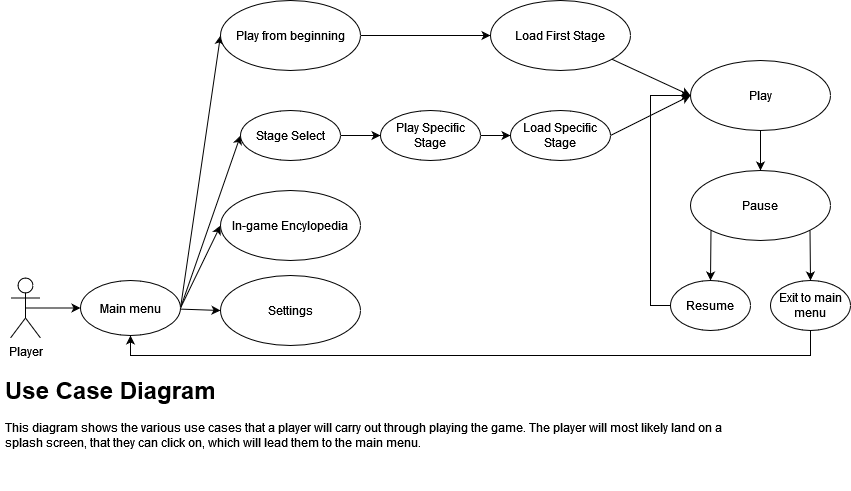
This is Design/Use_case_diagram.png from swift456/mars-lander, a draw.io export, as it was before one commit. Source tidied: cells renumbered, new cells last; positions are measured from the earlier drawing's top-left corner, leaving out a move shared by most shapes. The source it was exported from:
```xml
<mxGraphModel>
  <root>
    <mxCell id="0" />
    <mxCell id="1" parent="0" />
    <mxCell id="2" style="rounded=0;jettySize=auto;html=1;exitX=1;exitY=0.5;exitDx=0;exitDy=0;entryX=0;entryY=0.5;entryDx=0;entryDy=0;" parent="1" edge="1" source="28" target="7">
      <mxGeometry relative="1" as="geometry" />
    </mxCell>
    <mxCell id="3" style="edgeStyle=none;rounded=0;jettySize=auto;html=1;exitX=1;exitY=0.5;exitDx=0;exitDy=0;entryX=0;entryY=0.5;entryDx=0;entryDy=0;" parent="1" edge="1" source="28" target="12">
      <mxGeometry relative="1" as="geometry" />
    </mxCell>
    <mxCell id="4" style="edgeStyle=none;rounded=0;jettySize=auto;html=1;entryX=0;entryY=0.5;entryDx=0;entryDy=0;startArrow=none;" parent="1" edge="1" source="28" target="17">
      <mxGeometry relative="1" as="geometry" />
    </mxCell>
    <mxCell id="5" style="edgeStyle=none;rounded=0;jettySize=auto;html=1;exitX=1;exitY=0.5;exitDx=0;exitDy=0;entryX=0;entryY=0.5;entryDx=0;entryDy=0;" parent="1" edge="1" source="28" target="18">
      <mxGeometry relative="1" as="geometry" />
    </mxCell>
    <mxCell id="6" style="edgeStyle=orthogonalEdgeStyle;rounded=0;jettySize=auto;html=1;" parent="1" edge="1" source="7" target="19">
      <mxGeometry relative="1" as="geometry" />
    </mxCell>
    <mxCell id="7" value="Stage Select" style="ellipse;whiteSpace=wrap;html=1;" parent="1" vertex="1">
      <mxGeometry x="240" y="110" width="100" height="50" as="geometry" />
    </mxCell>
    <mxCell id="8" style="edgeStyle=orthogonalEdgeStyle;rounded=0;jettySize=auto;html=1;" parent="1" edge="1" source="19" target="10">
      <mxGeometry relative="1" as="geometry" />
    </mxCell>
    <mxCell id="9" style="edgeStyle=none;rounded=0;jettySize=auto;html=1;exitX=1;exitY=0.5;exitDx=0;exitDy=0;entryX=0;entryY=0.5;entryDx=0;entryDy=0;" parent="1" edge="1" source="10" target="16">
      <mxGeometry relative="1" as="geometry" />
    </mxCell>
    <mxCell id="10" value="Load Specific Stage" style="ellipse;whiteSpace=wrap;html=1;" parent="1" vertex="1">
      <mxGeometry x="510" y="110" width="100" height="50" as="geometry" />
    </mxCell>
    <mxCell id="11" style="edgeStyle=none;rounded=0;jettySize=auto;html=1;exitX=1;exitY=0.5;exitDx=0;exitDy=0;entryX=0;entryY=0.5;entryDx=0;entryDy=0;" parent="1" edge="1" source="12" target="14">
      <mxGeometry relative="1" as="geometry" />
    </mxCell>
    <mxCell id="12" value="Play from beginning" style="ellipse;whiteSpace=wrap;html=1;" parent="1" vertex="1">
      <mxGeometry x="220" width="140" height="70" as="geometry" />
    </mxCell>
    <mxCell id="13" style="edgeStyle=none;rounded=0;jettySize=auto;html=1;entryX=0;entryY=0.5;entryDx=0;entryDy=0;" parent="1" edge="1" source="14" target="16">
      <mxGeometry relative="1" as="geometry" />
    </mxCell>
    <mxCell id="14" value="Load First Stage" style="ellipse;whiteSpace=wrap;html=1;" parent="1" vertex="1">
      <mxGeometry x="490" width="140" height="70" as="geometry" />
    </mxCell>
    <mxCell id="15" style="edgeStyle=none;rounded=0;jettySize=auto;html=1;" parent="1" edge="1" source="16" target="22">
      <mxGeometry relative="1" as="geometry" />
    </mxCell>
    <mxCell id="16" value="Play" style="ellipse;whiteSpace=wrap;html=1;" parent="1" vertex="1">
      <mxGeometry x="690" y="60" width="140" height="70" as="geometry" />
    </mxCell>
    <mxCell id="17" value="Settings" style="ellipse;whiteSpace=wrap;html=1;" parent="1" vertex="1">
      <mxGeometry x="220" y="275" width="140" height="70" as="geometry" />
    </mxCell>
    <mxCell id="18" value="In-game Encylopedia" style="ellipse;whiteSpace=wrap;html=1;" parent="1" vertex="1">
      <mxGeometry x="220" y="190" width="140" height="70" as="geometry" />
    </mxCell>
    <mxCell id="19" value="Play Specific Stage" style="ellipse;whiteSpace=wrap;html=1;" parent="1" vertex="1">
      <mxGeometry x="380" y="110" width="100" height="50" as="geometry" />
    </mxCell>
    <mxCell id="20" style="edgeStyle=none;rounded=0;jettySize=auto;html=1;exitX=0;exitY=1;exitDx=0;exitDy=0;entryX=0.5;entryY=0;entryDx=0;entryDy=0;" parent="1" edge="1" source="22" target="24">
      <mxGeometry relative="1" as="geometry" />
    </mxCell>
    <mxCell id="21" style="edgeStyle=none;rounded=0;jettySize=auto;html=1;exitX=1;exitY=1;exitDx=0;exitDy=0;entryX=0.5;entryY=0;entryDx=0;entryDy=0;" parent="1" edge="1" source="22" target="26">
      <mxGeometry relative="1" as="geometry" />
    </mxCell>
    <mxCell id="22" value="Pause" style="ellipse;whiteSpace=wrap;html=1;" parent="1" vertex="1">
      <mxGeometry x="690" y="170" width="140" height="70" as="geometry" />
    </mxCell>
    <mxCell id="23" style="edgeStyle=orthogonalEdgeStyle;rounded=0;jettySize=auto;html=1;exitX=0;exitY=0.5;exitDx=0;exitDy=0;entryX=0;entryY=0.5;entryDx=0;entryDy=0;" parent="1" edge="1" source="24" target="16">
      <mxGeometry relative="1" as="geometry" />
    </mxCell>
    <mxCell id="24" value="Resume" style="ellipse;whiteSpace=wrap;html=1;" parent="1" vertex="1">
      <mxGeometry x="670" y="280" width="80" height="50" as="geometry" />
    </mxCell>
    <mxCell id="25" style="edgeStyle=orthogonalEdgeStyle;rounded=0;jettySize=auto;html=1;exitX=0.5;exitY=1;exitDx=0;exitDy=0;entryX=0.5;entryY=1;entryDx=0;entryDy=0;" parent="1" edge="1" source="26" target="28">
      <mxGeometry relative="1" as="geometry" />
    </mxCell>
    <mxCell id="26" value="Exit to main menu" style="ellipse;whiteSpace=wrap;html=1;" parent="1" vertex="1">
      <mxGeometry x="770" y="280" width="80" height="50" as="geometry" />
    </mxCell>
    <mxCell id="27" style="edgeStyle=none;rounded=0;jettySize=auto;html=1;entryX=0;entryY=0.5;entryDx=0;entryDy=0;endArrow=none;" parent="1" edge="1" target="28">
      <mxGeometry relative="1" as="geometry">
        <mxPoint x="90" y="310" as="sourcePoint" />
      </mxGeometry>
    </mxCell>
    <mxCell id="28" value="Main menu" style="ellipse;whiteSpace=wrap;html=1;" parent="1" vertex="1">
      <mxGeometry x="80" y="280" width="100" height="55" as="geometry" />
    </mxCell>
    <mxCell id="29" style="edgeStyle=orthogonalEdgeStyle;rounded=0;jettySize=auto;html=1;exitX=0.5;exitY=0.5;exitDx=0;exitDy=0;exitPerimeter=0;entryX=0;entryY=0.5;entryDx=0;entryDy=0;" parent="1" edge="1" source="30" target="28">
      <mxGeometry relative="1" as="geometry" />
    </mxCell>
    <mxCell id="30" value="Player" style="shape=umlActor;verticalLabelPosition=bottom;verticalAlign=top;html=1;" parent="1" vertex="1">
      <mxGeometry x="10" y="277.5" width="30" height="60" as="geometry" />
    </mxCell>
    <mxCell id="31" value="&lt;h1&gt;Use Case Diagram&lt;br&gt;&lt;/h1&gt;&lt;p&gt;This diagram shows the various use cases that a player will carry out through playing the game. The player will most likely land on a splash screen, that they can click on, which will lead them to the main menu.&lt;/p&gt;" style="text;html=1;strokeColor=none;fillColor=none;spacing=5;spacingTop=-20;whiteSpace=wrap;overflow=hidden;rounded=0;" parent="1" vertex="1">
      <mxGeometry y="370" width="750" height="120" as="geometry" />
    </mxCell>
  </root>
</mxGraphModel>
```
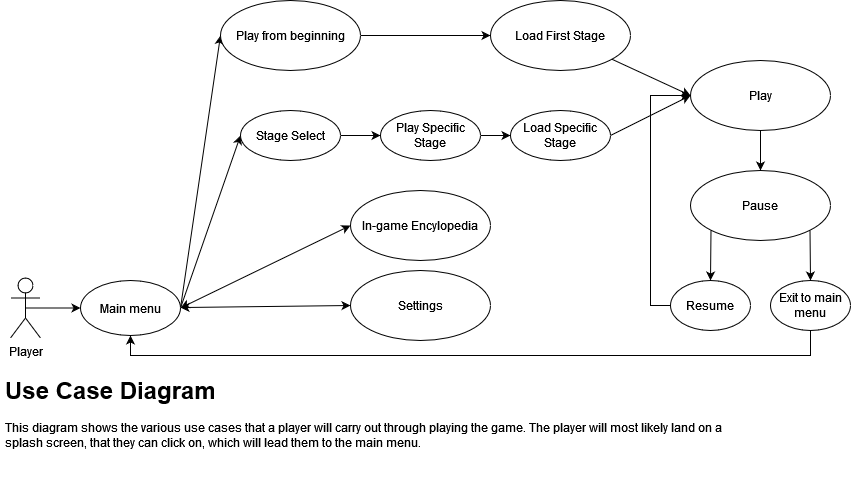
The same file after the commit.

Commit message:
Corrected diagram to show two way behaviour with the main menu use case

Change to the diagram source:
```diff
@@ -8,10 +8,10 @@
     <mxCell id="3" style="edgeStyle=none;rounded=0;jettySize=auto;html=1;exitX=1;exitY=0.5;exitDx=0;exitDy=0;entryX=0;entryY=0.5;entryDx=0;entryDy=0;" parent="1" edge="1" source="28" target="12">
       <mxGeometry relative="1" as="geometry" />
     </mxCell>
-    <mxCell id="4" style="edgeStyle=none;rounded=0;jettySize=auto;html=1;entryX=0;entryY=0.5;entryDx=0;entryDy=0;startArrow=none;" parent="1" edge="1" source="28" target="17">
+    <mxCell id="4" style="edgeStyle=none;rounded=0;jettySize=auto;html=1;entryX=0;entryY=0.5;entryDx=0;entryDy=0;startArrow=classic;startFill=1;" parent="1" edge="1" source="28" target="17">
       <mxGeometry relative="1" as="geometry" />
     </mxCell>
-    <mxCell id="5" style="edgeStyle=none;rounded=0;jettySize=auto;html=1;exitX=1;exitY=0.5;exitDx=0;exitDy=0;entryX=0;entryY=0.5;entryDx=0;entryDy=0;" parent="1" edge="1" source="28" target="18">
+    <mxCell id="5" style="edgeStyle=none;rounded=0;jettySize=auto;html=1;exitX=1;exitY=0.5;exitDx=0;exitDy=0;entryX=0;entryY=0.5;entryDx=0;entryDy=0;startArrow=classic;startFill=1;" parent="1" edge="1" source="28" target="18">
       <mxGeometry relative="1" as="geometry" />
     </mxCell>
     <mxCell id="6" style="edgeStyle=orthogonalEdgeStyle;rounded=0;jettySize=auto;html=1;" parent="1" edge="1" source="7" target="19">
@@ -48,10 +48,10 @@
       <mxGeometry x="690" y="60" width="140" height="70" as="geometry" />
     </mxCell>
     <mxCell id="17" value="Settings" style="ellipse;whiteSpace=wrap;html=1;" parent="1" vertex="1">
-      <mxGeometry x="220" y="275" width="140" height="70" as="geometry" />
+      <mxGeometry x="350" y="270" width="140" height="70" as="geometry" />
     </mxCell>
     <mxCell id="18" value="In-game Encylopedia" style="ellipse;whiteSpace=wrap;html=1;" parent="1" vertex="1">
-      <mxGeometry x="220" y="190" width="140" height="70" as="geometry" />
+      <mxGeometry x="350" y="190" width="140" height="70" as="geometry" />
     </mxCell>
     <mxCell id="19" value="Play Specific Stage" style="ellipse;whiteSpace=wrap;html=1;" parent="1" vertex="1">
       <mxGeometry x="380" y="110" width="100" height="50" as="geometry" />
```
